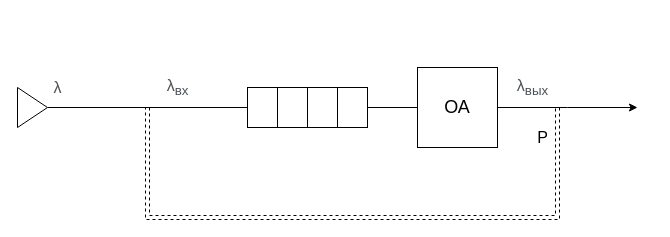
DMfananddu/Analitic-Models-Postnikov keeps this draw.io diagram as dz1/2.drawio. Above is the earlier version. Source tidied: cells renumbered, new cells numbered last; positions are measured from the earlier drawing's top-left corner, leaving out a move shared by most shapes. Both pictures are drawn from the tidied source at 100%, with x=0, y=0 at pixel (17, 67).
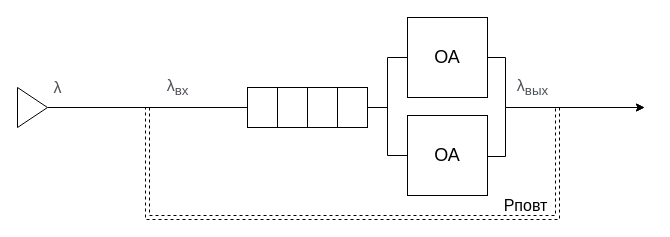
Above is the later version.

Unchanged cells that the change refers to:
```xml
<mxCell id="7" style="rounded=0;whiteSpace=wrap;html=1;" parent="1" vertex="1">
  <mxGeometry x="320" y="20" width="30" height="40" as="geometry" />
</mxCell>
```

What changed in the source:
```diff
@@
     <mxCell id="8" style="edgeStyle=orthogonalEdgeStyle;rounded=0;jettySize=auto;html=1;exitX=1;exitY=0.5;exitDx=0;exitDy=0;endArrow=classic;endFill=1;" parent="1" edge="1" source="9">
       <mxGeometry relative="1" as="geometry">
-        <mxPoint x="620" y="40" as="targetPoint" />
+        <mxPoint x="627" y="40" as="targetPoint" />
+        <Array as="points">
+          <mxPoint x="488" y="89" />
+          <mxPoint x="488" y="40" />
+        </Array>
       </mxGeometry>
     </mxCell>
     <mxCell id="9" value="&lt;font style=&quot;font-size: 18px&quot;&gt;ОА&lt;/font&gt;" style="rounded=0;whiteSpace=wrap;html=1;" parent="1" vertex="1">
-      <mxGeometry x="400" width="80" height="80" as="geometry" />
+      <mxGeometry x="390" y="48" width="80" height="80" as="geometry" />
     </mxCell>
@@
-    <mxCell id="14" value="&lt;font style=&quot;font-size: 16px&quot;&gt;P&lt;/font&gt;" style="text;html=1;align=center;verticalAlign=middle;" parent="1" vertex="1">
-      <mxGeometry x="510" y="60" width="30" height="20" as="geometry" />
+    <mxCell id="14" value="&lt;font style=&quot;font-size: 16px&quot;&gt;Pповт&lt;/font&gt;" style="text;html=1;align=center;verticalAlign=middle;" parent="1" vertex="1">
+      <mxGeometry x="478" y="128" width="60" height="20" as="geometry" />
     </mxCell>
@@
+    <mxCell id="16" value="&lt;font style=&quot;font-size: 18px&quot;&gt;ОА&lt;/font&gt;" style="rounded=0;whiteSpace=wrap;html=1;" parent="1" vertex="1">
+      <mxGeometry x="390" y="-50" width="80" height="80" as="geometry" />
+    </mxCell>
+    <mxCell id="17" style="edgeStyle=orthogonalEdgeStyle;rounded=0;jettySize=auto;html=1;exitX=1;exitY=0.5;exitDx=0;exitDy=0;entryX=0;entryY=0.5;entryDx=0;entryDy=0;endArrow=none;endFill=0;" parent="1" edge="1" source="7" target="16">
+      <mxGeometry relative="1" as="geometry" />
+    </mxCell>
+    <mxCell id="18" style="edgeStyle=orthogonalEdgeStyle;rounded=0;jettySize=auto;html=1;exitX=1;exitY=0.5;exitDx=0;exitDy=0;endArrow=classic;endFill=1;" parent="1" edge="1" source="16">
+      <mxGeometry relative="1" as="geometry">
+        <mxPoint x="627" y="40" as="targetPoint" />
+        <Array as="points">
+          <mxPoint x="488" y="-10" />
+          <mxPoint x="488" y="40" />
+        </Array>
+      </mxGeometry>
+    </mxCell>
```
